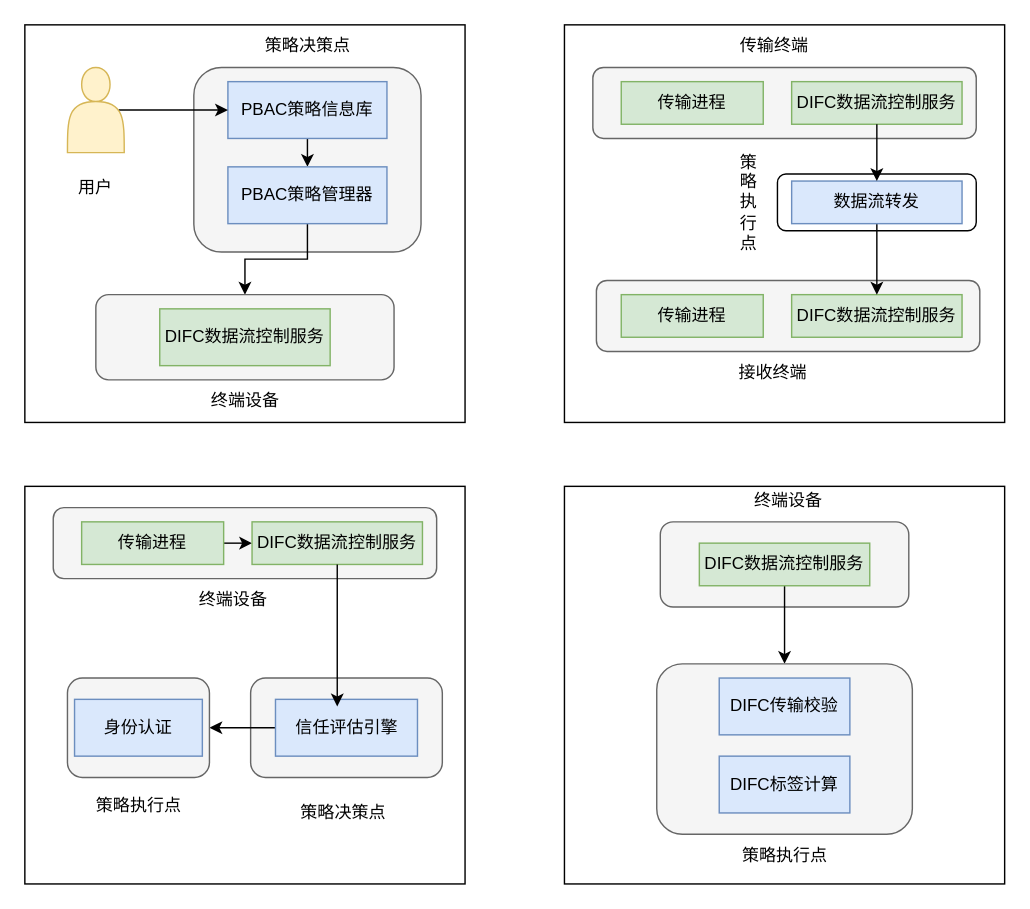
Before: 零信任执行流程.drawio in ZhuShouCheng/notebook, a draw.io diagram. Source tidied: cells renumbered, new cells numbered last; positions are measured from the earlier drawing's top-left corner, leaving out a move shared by most shapes. Both pictures are drawn from the tidied source at 142%, with x=0, y=0 at pixel (24, 24).
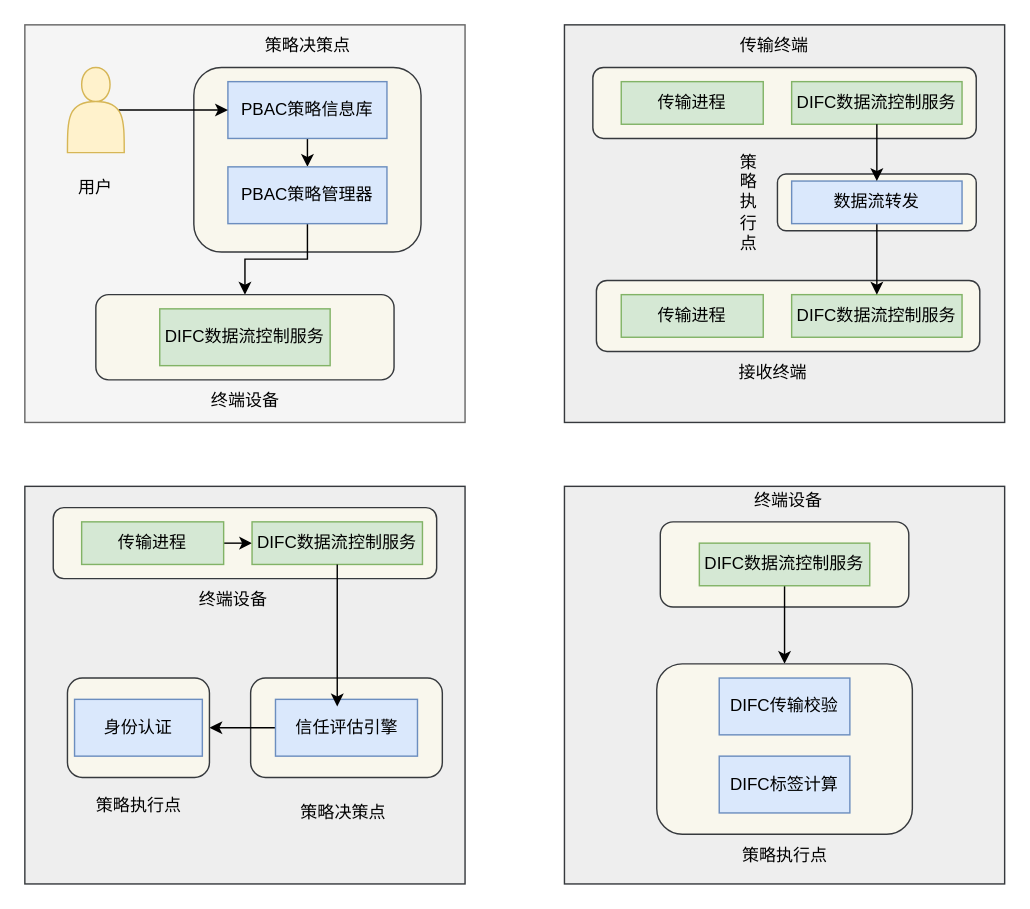
Above is the later version.

Commit message (it also covers changes not shown here):
更新零信任执行流程.drawio

Change to the diagram source:
```diff
@@
-    <mxCell id="2" style="rounded=0;whiteSpace=wrap;html=1;" parent="1" vertex="1">
+    <mxCell id="2" style="rounded=0;whiteSpace=wrap;html=1;fillColor=#eeeeee;strokeColor=#36393d;" parent="1" vertex="1">
       <mxGeometry y="325" width="310" height="280" as="geometry" />
     </mxCell>
-    <mxCell id="3" style="rounded=0;whiteSpace=wrap;html=1;" parent="1" vertex="1">
+    <mxCell id="3" style="rounded=0;whiteSpace=wrap;html=1;fillColor=#f5f5f5;fontColor=#333333;strokeColor=#666666;" parent="1" vertex="1">
       <mxGeometry width="310" height="280" as="geometry" />
     </mxCell>
-    <mxCell id="4" style="rounded=1;whiteSpace=wrap;html=1;fillColor=#f5f5f5;fontColor=#333333;strokeColor=#666666;" parent="1" vertex="1">
+    <mxCell id="4" style="rounded=1;whiteSpace=wrap;html=1;fillColor=#f9f7ed;strokeColor=#36393d;" parent="1" vertex="1">
       <mxGeometry x="119" y="30" width="160" height="130" as="geometry" />
     </mxCell>
@@
-    <mxCell id="12" style="rounded=1;whiteSpace=wrap;html=1;fillColor=#f5f5f5;fontColor=#333333;strokeColor=#666666;" parent="1" vertex="1">
+    <mxCell id="12" style="rounded=1;whiteSpace=wrap;html=1;fillColor=#f9f7ed;strokeColor=#36393d;" parent="1" vertex="1">
       <mxGeometry x="50" y="190" width="210" height="60" as="geometry" />
     </mxCell>
@@
-    <mxCell id="16" style="rounded=1;whiteSpace=wrap;html=1;fillColor=#f5f5f5;fontColor=#333333;strokeColor=#666666;" parent="1" vertex="1">
+    <mxCell id="16" style="rounded=1;whiteSpace=wrap;html=1;fillColor=#f9f7ed;strokeColor=#36393d;" parent="1" vertex="1">
       <mxGeometry x="20" y="340" width="270" height="50" as="geometry" />
     </mxCell>
@@
-    <mxCell id="20" style="rounded=1;whiteSpace=wrap;html=1;fillColor=#f5f5f5;fontColor=#333333;strokeColor=#666666;" parent="1" vertex="1">
+    <mxCell id="20" style="rounded=1;whiteSpace=wrap;html=1;fillColor=#f9f7ed;strokeColor=#36393d;" parent="1" vertex="1">
       <mxGeometry x="159" y="460" width="135" height="70" as="geometry" />
     </mxCell>
@@
-    <mxCell id="25" style="rounded=1;whiteSpace=wrap;html=1;fillColor=#f5f5f5;fontColor=#333333;strokeColor=#666666;" parent="1" vertex="1">
+    <mxCell id="25" style="rounded=1;whiteSpace=wrap;html=1;fillColor=#f9f7ed;strokeColor=#36393d;" parent="1" vertex="1">
       <mxGeometry x="30" y="460" width="100" height="70" as="geometry" />
     </mxCell>
@@
-    <mxCell id="28" style="rounded=0;whiteSpace=wrap;html=1;" parent="1" vertex="1">
+    <mxCell id="28" style="rounded=0;whiteSpace=wrap;html=1;fillColor=#eeeeee;strokeColor=#36393d;" parent="1" vertex="1">
       <mxGeometry x="380" y="325" width="310" height="280" as="geometry" />
     </mxCell>
-    <mxCell id="29" style="rounded=1;whiteSpace=wrap;html=1;fillColor=#f5f5f5;fontColor=#333333;strokeColor=#666666;" parent="1" vertex="1">
+    <mxCell id="29" style="rounded=1;whiteSpace=wrap;html=1;fillColor=#f9f7ed;strokeColor=#36393d;" parent="1" vertex="1">
       <mxGeometry x="447.5" y="350" width="175" height="60" as="geometry" />
     </mxCell>
@@
-    <mxCell id="32" style="rounded=1;whiteSpace=wrap;html=1;fillColor=#f5f5f5;fontColor=#333333;strokeColor=#666666;" parent="1" vertex="1">
+    <mxCell id="32" style="rounded=1;whiteSpace=wrap;html=1;fillColor=#f9f7ed;strokeColor=#36393d;" parent="1" vertex="1">
       <mxGeometry x="445" y="450" width="180" height="120" as="geometry" />
     </mxCell>
@@
-    <mxCell id="37" style="rounded=0;whiteSpace=wrap;html=1;" parent="1" vertex="1">
+    <mxCell id="37" style="rounded=0;whiteSpace=wrap;html=1;fillColor=#eeeeee;strokeColor=#36393d;" parent="1" vertex="1">
       <mxGeometry x="380" width="310" height="280" as="geometry" />
     </mxCell>
-    <mxCell id="38" style="rounded=1;whiteSpace=wrap;html=1;fillColor=#f5f5f5;fontColor=#333333;strokeColor=#666666;" parent="1" vertex="1">
+    <mxCell id="38" style="rounded=1;whiteSpace=wrap;html=1;fillColor=#f9f7ed;strokeColor=#36393d;" parent="1" vertex="1">
       <mxGeometry x="400" y="30" width="270" height="50" as="geometry" />
     </mxCell>
@@
-    <mxCell id="42" style="rounded=1;whiteSpace=wrap;html=1;fillColor=#f5f5f5;fontColor=#333333;strokeColor=#666666;" parent="1" vertex="1">
+    <mxCell id="42" style="rounded=1;whiteSpace=wrap;html=1;fillColor=#f9f7ed;strokeColor=#36393d;" parent="1" vertex="1">
       <mxGeometry x="402.5" y="180" width="270" height="50" as="geometry" />
     </mxCell>
@@
-    <mxCell id="46" style="rounded=1;whiteSpace=wrap;html=1;" parent="1" vertex="1">
+    <mxCell id="46" style="rounded=1;whiteSpace=wrap;html=1;fillColor=#f9f7ed;strokeColor=#36393d;" parent="1" vertex="1">
       <mxGeometry x="530" y="105" width="140" height="40" as="geometry" />
     </mxCell>
```
